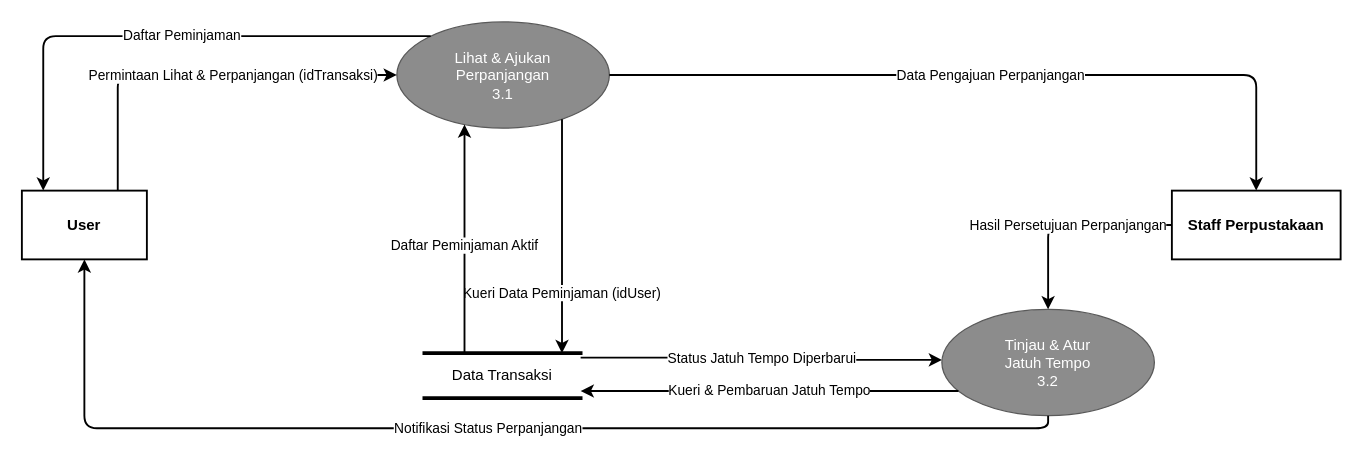
Above: DFD Level 2 — Proses 3.0 (Perpanjangan Peminjaman).drawio in ding317/ding317 (draw.io), before the change. Source tidied: cells renumbered, new cells numbered last; positions are measured from the earlier drawing's top-left corner, leaving out a move shared by most shapes. Both pictures are drawn from the tidied source at 125%, with x=0, y=0 at pixel (21, 21).
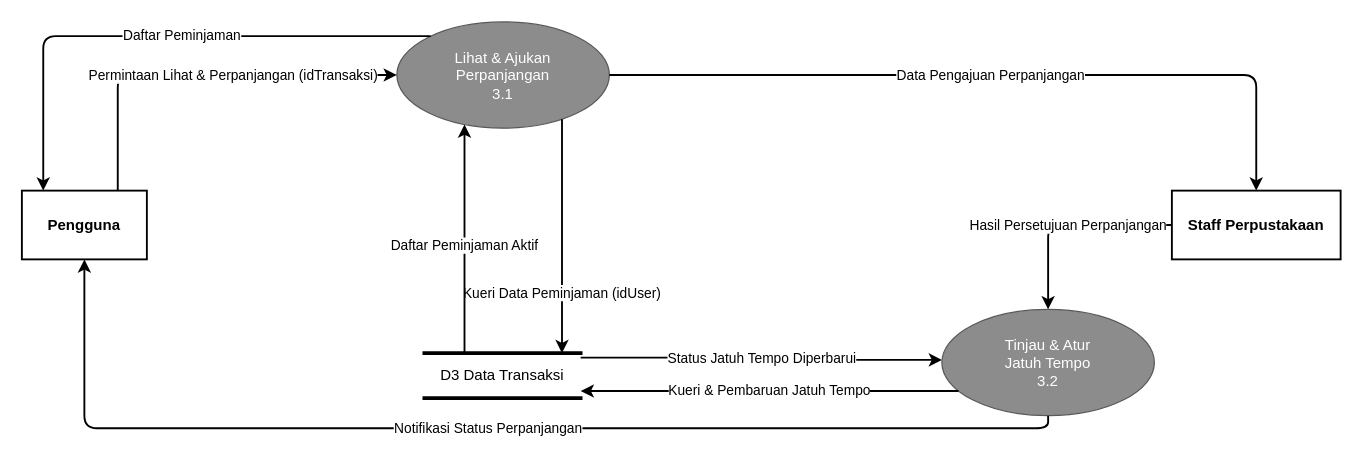
After the change.

What changed in the source:
```diff
@@
-    <mxCell id="2" value="User" style="rounded=0;whiteSpace=wrap;html=1;fillColor=#FFFFFF;strokeColor=#000000;strokeWidth=1.5;fontColor=#000000;fontSize=12;fontStyle=1;" parent="1" vertex="1">
+    <mxCell id="2" value="Pengguna" style="rounded=0;whiteSpace=wrap;html=1;fillColor=#FFFFFF;strokeColor=#000000;strokeWidth=1.5;fontColor=#000000;fontSize=12;fontStyle=1;" parent="1" vertex="1">
       <mxGeometry y="135" width="100" height="55" as="geometry" />
     </mxCell>
@@
-    <mxCell id="6" value="Data Transaksi" style="shape=partialRectangle;whiteSpace=wrap;html=1;top=1;bottom=1;left=0;right=0;strokeWidth=3;strokeColor=#000000;fillColor=none;fontColor=#000000;fontSize=12;" parent="1" vertex="1">
+    <mxCell id="6" value="D3 Data Transaksi" style="shape=partialRectangle;whiteSpace=wrap;html=1;top=1;bottom=1;left=0;right=0;strokeWidth=3;strokeColor=#000000;fillColor=none;fontColor=#000000;fontSize=12;" parent="1" vertex="1">
       <mxGeometry x="322" y="265" width="125" height="36" as="geometry" />
     </mxCell>
```
